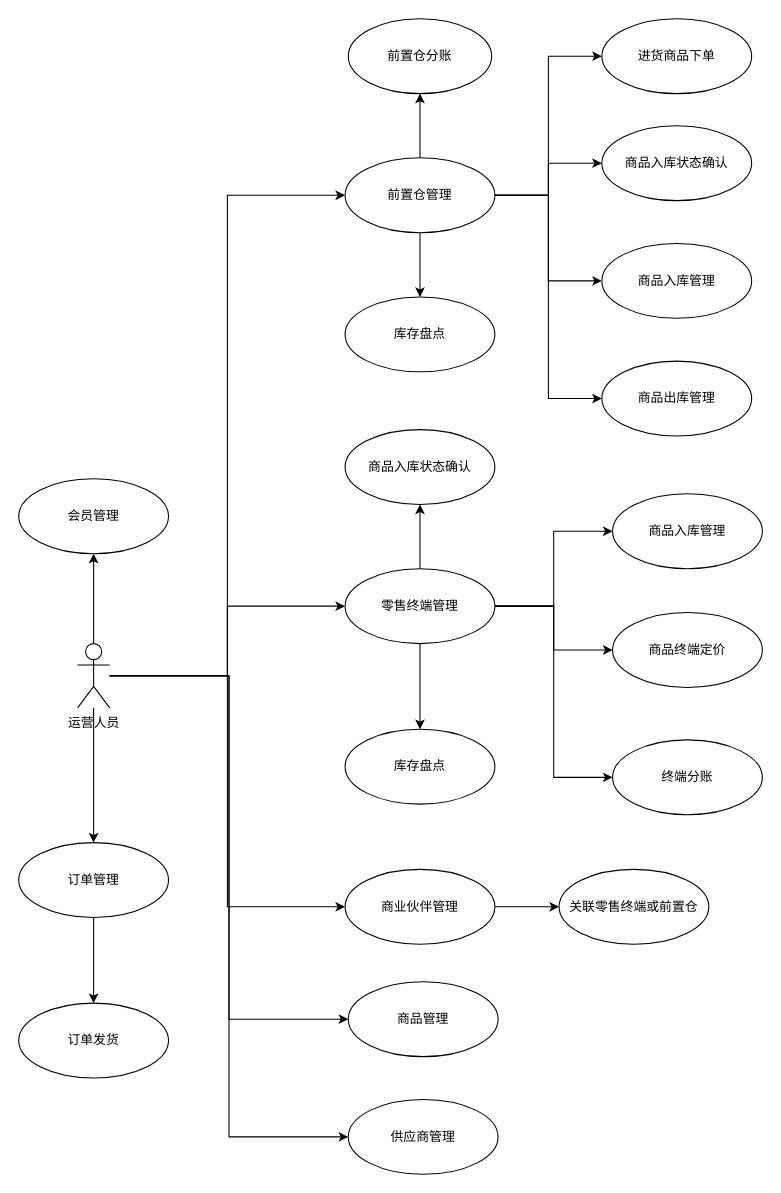
This is page "运营管理人员" (1 of 2) of 食物觉醒用例图.drawio from fgliu-andy/doc, a draw.io file, before an edit. Source tidied: cells renumbered, new cells numbered last; positions are measured from the earlier drawing's top-left corner, leaving out a move shared by most shapes. Both pictures are drawn from the tidied source at 107%, with x=0, y=0 at pixel (18, 18).
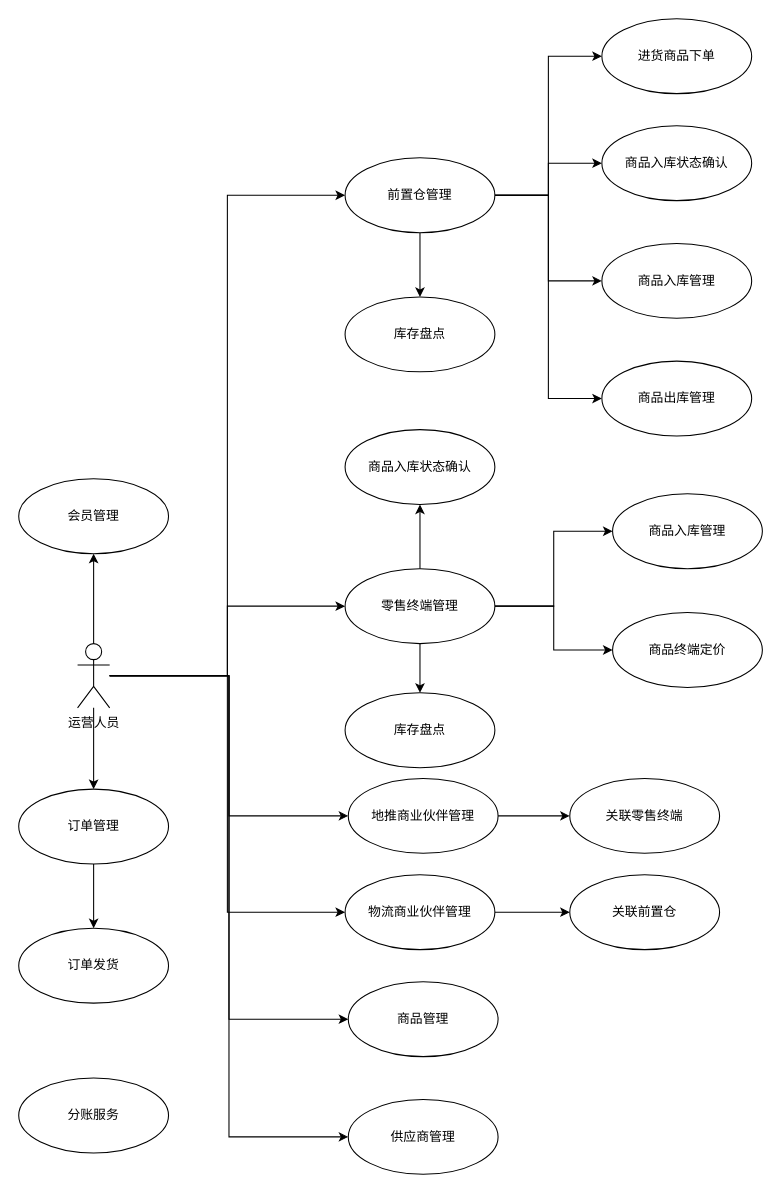
The same diagram, later.

Unchanged cells that the change refers to:
```xml
<mxCell id="9" value="运营人员" style="shape=umlActor;verticalLabelPosition=bottom;verticalAlign=top;html=1;outlineConnect=0;" parent="1" vertex="1">
  <mxGeometry x="55" y="584" width="30" height="60" as="geometry" />
</mxCell>
<mxCell id="15" value="零售终端管理" style="ellipse;whiteSpace=wrap;html=1;" parent="1" vertex="1">
  <mxGeometry x="305" y="514" width="140" height="70" as="geometry" />
</mxCell>
<mxCell id="22" value="前置仓管理" style="ellipse;whiteSpace=wrap;html=1;" parent="1" vertex="1">
  <mxGeometry x="305" y="130" width="140" height="70" as="geometry" />
</mxCell>
```

Diff of the diagram source:
```diff
@@
+    <mxCell id="43" style="edgeStyle=orthogonalEdgeStyle;rounded=0;jettySize=auto;html=1;entryX=0;entryY=0.5;entryDx=0;entryDy=0;" parent="1" edge="1" source="9" target="45">
+      <mxGeometry relative="1" as="geometry" />
+    </mxCell>
@@
-    <mxCell id="12" style="edgeStyle=orthogonalEdgeStyle;rounded=0;jettySize=auto;html=1;entryX=0;entryY=0.5;entryDx=0;entryDy=0;" parent="1" edge="1" source="15" target="36">
-      <mxGeometry relative="1" as="geometry" />
-    </mxCell>
@@
-    <mxCell id="21" style="edgeStyle=orthogonalEdgeStyle;rounded=0;jettySize=auto;html=1;entryX=0.5;entryY=1;entryDx=0;entryDy=0;" parent="1" edge="1" source="22" target="42">
-      <mxGeometry relative="1" as="geometry" />
-    </mxCell>
@@
-    <mxCell id="24" value="商业伙伴管理" style="ellipse;whiteSpace=wrap;html=1;" parent="1" vertex="1">
-      <mxGeometry x="305" y="795" width="140" height="70" as="geometry" />
+    <mxCell id="24" value="地推商业伙伴管理" style="ellipse;whiteSpace=wrap;html=1;" parent="1" vertex="1">
+      <mxGeometry x="308" y="710" width="140" height="70" as="geometry" />
     </mxCell>
@@
-    <mxCell id="28" value="关联零售终端或前置仓" style="ellipse;whiteSpace=wrap;html=1;" parent="1" vertex="1">
-      <mxGeometry x="505" y="795" width="140" height="70" as="geometry" />
+    <mxCell id="28" value="关联零售终端" style="ellipse;whiteSpace=wrap;html=1;" parent="1" vertex="1">
+      <mxGeometry x="515" y="710" width="140" height="70" as="geometry" />
     </mxCell>
@@
-    <mxCell id="36" value="终端分账" style="ellipse;whiteSpace=wrap;html=1;" parent="1" vertex="1">
-      <mxGeometry x="555" y="674" width="140" height="70" as="geometry" />
-    </mxCell>
     <mxCell id="37" value="库存盘点" style="ellipse;whiteSpace=wrap;html=1;" parent="1" vertex="1">
-      <mxGeometry x="305" y="664" width="140" height="70" as="geometry" />
+      <mxGeometry x="305" y="630" width="140" height="70" as="geometry" />
     </mxCell>
@@
     <mxCell id="40" value="订单管理" style="ellipse;whiteSpace=wrap;html=1;" parent="1" vertex="1">
-      <mxGeometry y="770" width="140" height="70" as="geometry" />
+      <mxGeometry y="720" width="140" height="70" as="geometry" />
     </mxCell>
     <mxCell id="41" value="订单发货" style="ellipse;whiteSpace=wrap;html=1;" parent="1" vertex="1">
-      <mxGeometry y="920" width="140" height="70" as="geometry" />
+      <mxGeometry y="850" width="140" height="70" as="geometry" />
     </mxCell>
-    <mxCell id="42" value="前置仓分账" style="ellipse;whiteSpace=wrap;html=1;" parent="1" vertex="1">
-      <mxGeometry x="308" width="134" height="70" as="geometry" />
-    </mxCell>
+    <mxCell id="44" style="edgeStyle=orthogonalEdgeStyle;rounded=0;jettySize=auto;html=1;" parent="1" edge="1" source="45" target="46">
+      <mxGeometry relative="1" as="geometry" />
+    </mxCell>
+    <mxCell id="45" value="物流商业伙伴管理" style="ellipse;whiteSpace=wrap;html=1;" parent="1" vertex="1">
+      <mxGeometry x="305" y="800" width="140" height="70" as="geometry" />
+    </mxCell>
+    <mxCell id="46" value="关联前置仓" style="ellipse;whiteSpace=wrap;html=1;" parent="1" vertex="1">
+      <mxGeometry x="515" y="800" width="140" height="70" as="geometry" />
+    </mxCell>
+    <mxCell id="47" value="分账服务" style="ellipse;whiteSpace=wrap;html=1;" parent="1" vertex="1">
+      <mxGeometry y="990" width="140" height="70" as="geometry" />
+    </mxCell>
```
